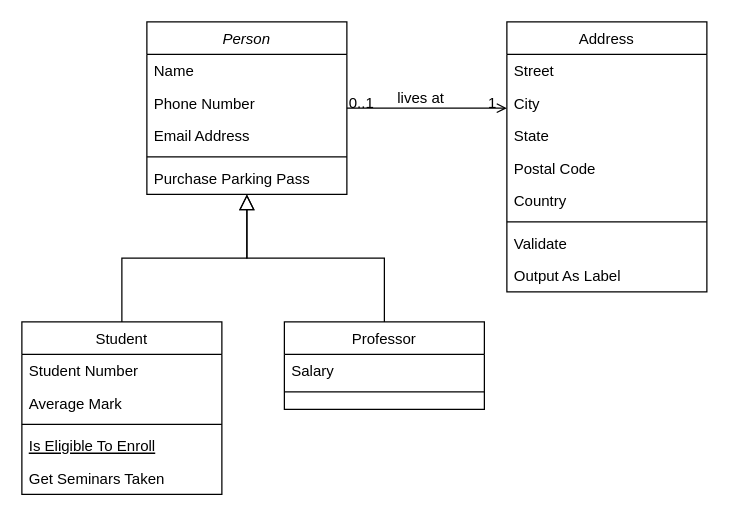
Before: MiniProject_C/2_Architecture/structure Diagrams/Untitled Diagram.drawio in stepin654321/MiniProject_Template, a draw.io diagram. Source tidied: cells renumbered, new cells numbered last; positions are measured from the earlier drawing's top-left corner, leaving out a move shared by most shapes. Both pictures are drawn from the tidied source at 125%, with x=0, y=0 at pixel (21, 21).
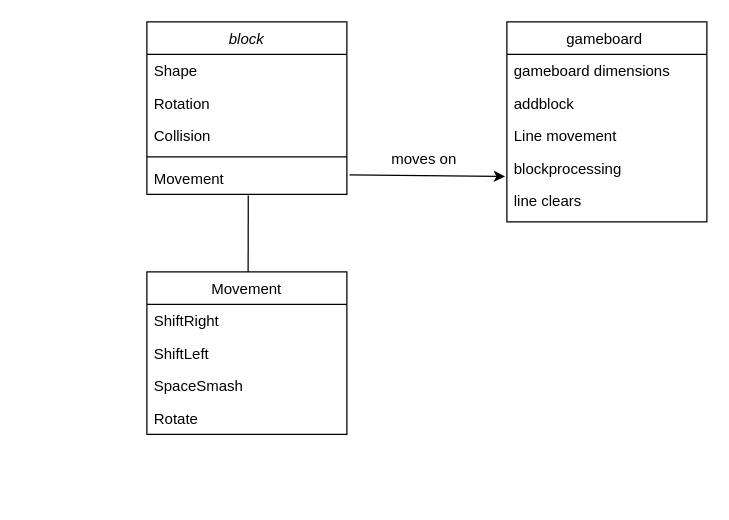
The same page after the edit.

Commit message:
Update Structural Diagram

The edit, as a diff of the source:
```diff
@@
-    <mxCell id="2" value="Person" style="swimlane;fontStyle=2;align=center;verticalAlign=top;horizontal=1;startSize=26;rounded=0;shadow=0;strokeWidth=1;" parent="1" vertex="1">
+    <mxCell id="2" value="block" style="swimlane;fontStyle=2;align=center;verticalAlign=top;horizontal=1;startSize=26;rounded=0;shadow=0;strokeWidth=1;" parent="1" vertex="1">
       <mxGeometry x="100" width="160" height="138" as="geometry" />
     </mxCell>
-    <mxCell id="3" value="Name" style="text;align=left;verticalAlign=top;spacingLeft=4;spacingRight=4;overflow=hidden;" parent="2" vertex="1">
+    <mxCell id="3" value="Shape" style="text;align=left;verticalAlign=top;spacingLeft=4;spacingRight=4;overflow=hidden;" parent="2" vertex="1">
       <mxGeometry y="26" width="160" height="26" as="geometry" />
     </mxCell>
-    <mxCell id="4" value="Phone Number" style="text;align=left;verticalAlign=top;spacingLeft=4;spacingRight=4;overflow=hidden;rounded=0;shadow=0;html=0;" parent="2" vertex="1">
+    <mxCell id="4" value="Rotation" style="text;align=left;verticalAlign=top;spacingLeft=4;spacingRight=4;overflow=hidden;rounded=0;shadow=0;html=0;" parent="2" vertex="1">
       <mxGeometry y="52" width="160" height="26" as="geometry" />
     </mxCell>
-    <mxCell id="5" value="Email Address" style="text;align=left;verticalAlign=top;spacingLeft=4;spacingRight=4;overflow=hidden;rounded=0;shadow=0;html=0;" parent="2" vertex="1">
+    <mxCell id="5" value="Collision" style="text;align=left;verticalAlign=top;spacingLeft=4;spacingRight=4;overflow=hidden;rounded=0;shadow=0;html=0;" parent="2" vertex="1">
       <mxGeometry y="78" width="160" height="26" as="geometry" />
     </mxCell>
@@
-    <mxCell id="7" value="Purchase Parking Pass" style="text;align=left;verticalAlign=top;spacingLeft=4;spacingRight=4;overflow=hidden;points=[[0,0.5],[1,0.5]];portConstraint=eastwest;" parent="2" vertex="1">
+    <mxCell id="7" value="Movement" style="text;align=left;verticalAlign=top;spacingLeft=4;spacingRight=4;overflow=hidden;points=[[0,0.5],[1,0.5]];portConstraint=eastwest;" parent="2" vertex="1">
       <mxGeometry y="112" width="160" height="26" as="geometry" />
     </mxCell>
-    <mxCell id="8" value="Student" style="swimlane;fontStyle=0;align=center;verticalAlign=top;horizontal=1;startSize=26;rounded=0;shadow=0;strokeWidth=1;" parent="1" vertex="1">
-      <mxGeometry y="240" width="160" height="138" as="geometry" />
-    </mxCell>
-    <mxCell id="9" value="Student Number" style="text;align=left;verticalAlign=top;spacingLeft=4;spacingRight=4;overflow=hidden;" parent="8" vertex="1">
-      <mxGeometry y="26" width="160" height="26" as="geometry" />
-    </mxCell>
-    <mxCell id="10" value="Average Mark" style="text;align=left;verticalAlign=top;spacingLeft=4;spacingRight=4;overflow=hidden;rounded=0;shadow=0;html=0;" parent="8" vertex="1">
-      <mxGeometry y="52" width="160" height="26" as="geometry" />
-    </mxCell>
-    <mxCell id="11" style="line;html=1;strokeWidth=1;align=left;verticalAlign=middle;spacingTop=-1;spacingLeft=3;spacingRight=3;labelPosition=right;" parent="8" vertex="1">
-      <mxGeometry y="78" width="160" height="8" as="geometry" />
-    </mxCell>
-    <mxCell id="12" value="Is Eligible To Enroll" style="text;align=left;verticalAlign=top;spacingLeft=4;spacingRight=4;overflow=hidden;fontStyle=4;" parent="8" vertex="1">
-      <mxGeometry y="86" width="160" height="26" as="geometry" />
-    </mxCell>
-    <mxCell id="13" value="Get Seminars Taken" style="text;align=left;verticalAlign=top;spacingLeft=4;spacingRight=4;overflow=hidden;" parent="8" vertex="1">
-      <mxGeometry y="112" width="160" height="26" as="geometry" />
-    </mxCell>
-    <mxCell id="14" style="endArrow=block;endSize=10;endFill=0;shadow=0;strokeWidth=1;rounded=0;edgeStyle=elbowEdgeStyle;elbow=vertical;" parent="1" edge="1" source="8" target="2">
-      <mxGeometry relative="1" as="geometry" />
-    </mxCell>
-    <mxCell id="15" value="Professor" style="swimlane;fontStyle=0;align=center;verticalAlign=top;horizontal=1;startSize=26;rounded=0;shadow=0;strokeWidth=1;" parent="1" vertex="1">
-      <mxGeometry x="210" y="240" width="160" height="70" as="geometry" />
-    </mxCell>
-    <mxCell id="16" value="Salary" style="text;align=left;verticalAlign=top;spacingLeft=4;spacingRight=4;overflow=hidden;" parent="15" vertex="1">
-      <mxGeometry y="26" width="160" height="26" as="geometry" />
-    </mxCell>
-    <mxCell id="17" style="line;html=1;strokeWidth=1;align=left;verticalAlign=middle;spacingTop=-1;spacingLeft=3;spacingRight=3;labelPosition=right;" parent="15" vertex="1">
-      <mxGeometry y="52" width="160" height="8" as="geometry" />
-    </mxCell>
-    <mxCell id="18" style="endArrow=block;endSize=10;endFill=0;shadow=0;strokeWidth=1;rounded=0;edgeStyle=elbowEdgeStyle;elbow=vertical;" parent="1" edge="1" source="15" target="2">
-      <mxGeometry relative="1" as="geometry" />
-    </mxCell>
-    <mxCell id="19" value="Address" style="swimlane;fontStyle=0;align=center;verticalAlign=top;horizontal=1;startSize=26;rounded=0;shadow=0;strokeWidth=1;" parent="1" vertex="1">
-      <mxGeometry x="388" width="160" height="216" as="geometry" />
+    <mxCell id="19" value="gameboard " style="swimlane;fontStyle=0;align=center;verticalAlign=top;horizontal=1;startSize=26;rounded=0;shadow=0;strokeWidth=1;" parent="1" vertex="1">
+      <mxGeometry x="388" width="160" height="160" as="geometry" />
     </mxCell>
-    <mxCell id="20" value="Street" style="text;align=left;verticalAlign=top;spacingLeft=4;spacingRight=4;overflow=hidden;" parent="19" vertex="1">
+    <mxCell id="20" value="gameboard dimensions" style="text;align=left;verticalAlign=top;spacingLeft=4;spacingRight=4;overflow=hidden;" parent="19" vertex="1">
       <mxGeometry y="26" width="160" height="26" as="geometry" />
     </mxCell>
-    <mxCell id="21" value="City" style="text;align=left;verticalAlign=top;spacingLeft=4;spacingRight=4;overflow=hidden;rounded=0;shadow=0;html=0;" parent="19" vertex="1">
+    <mxCell id="21" value="addblock" style="text;align=left;verticalAlign=top;spacingLeft=4;spacingRight=4;overflow=hidden;rounded=0;shadow=0;html=0;" parent="19" vertex="1">
       <mxGeometry y="52" width="160" height="26" as="geometry" />
     </mxCell>
-    <mxCell id="22" value="State" style="text;align=left;verticalAlign=top;spacingLeft=4;spacingRight=4;overflow=hidden;rounded=0;shadow=0;html=0;" parent="19" vertex="1">
+    <mxCell id="22" value="Line movement" style="text;align=left;verticalAlign=top;spacingLeft=4;spacingRight=4;overflow=hidden;rounded=0;shadow=0;html=0;" parent="19" vertex="1">
       <mxGeometry y="78" width="160" height="26" as="geometry" />
     </mxCell>
-    <mxCell id="23" value="Postal Code" style="text;align=left;verticalAlign=top;spacingLeft=4;spacingRight=4;overflow=hidden;points=[[0,0.5],[1,0.5]];portConstraint=eastwest;rounded=0;shadow=0;html=0;" parent="19" vertex="1">
+    <mxCell id="23" value="blockprocessing" style="text;align=left;verticalAlign=top;spacingLeft=4;spacingRight=4;overflow=hidden;points=[[0,0.5],[1,0.5]];portConstraint=eastwest;rounded=0;shadow=0;html=0;" parent="19" vertex="1">
       <mxGeometry y="104" width="160" height="26" as="geometry" />
     </mxCell>
-    <mxCell id="24" value="Country" style="text;align=left;verticalAlign=top;spacingLeft=4;spacingRight=4;overflow=hidden;rounded=0;shadow=0;html=0;" parent="19" vertex="1">
-      <mxGeometry y="130" width="160" height="26" as="geometry" />
-    </mxCell>
-    <mxCell id="25" style="line;html=1;strokeWidth=1;align=left;verticalAlign=middle;spacingTop=-1;spacingLeft=3;spacingRight=3;labelPosition=right;" parent="19" vertex="1">
-      <mxGeometry y="156" width="160" height="8" as="geometry" />
-    </mxCell>
-    <mxCell id="26" value="Validate" style="text;align=left;verticalAlign=top;spacingLeft=4;spacingRight=4;overflow=hidden;" parent="19" vertex="1">
-      <mxGeometry y="164" width="160" height="26" as="geometry" />
-    </mxCell>
-    <mxCell id="27" value="Output As Label" style="text;align=left;verticalAlign=top;spacingLeft=4;spacingRight=4;overflow=hidden;" parent="19" vertex="1">
-      <mxGeometry y="190" width="160" height="26" as="geometry" />
-    </mxCell>
-    <mxCell id="28" style="endArrow=open;shadow=0;strokeWidth=1;rounded=0;endFill=1;edgeStyle=elbowEdgeStyle;elbow=vertical;" parent="1" edge="1" source="2" target="19">
-      <mxGeometry x="0.5" y="41" relative="1" as="geometry">
-        <mxPoint x="-40" y="32" as="offset" />
-      </mxGeometry>
-    </mxCell>
-    <mxCell id="29" value="0..1" style="align=left;verticalAlign=bottom;labelBackgroundColor=none;fontSize=12;" parent="28" vertex="1">
-      <mxGeometry x="-1" relative="1" as="geometry">
-        <mxPoint y="4" as="offset" />
-      </mxGeometry>
-    </mxCell>
-    <mxCell id="30" value="1" style="align=right;verticalAlign=bottom;labelBackgroundColor=none;fontSize=12;" parent="28" vertex="1">
-      <mxGeometry x="1" relative="1" as="geometry">
-        <mxPoint x="-7" y="4" as="offset" />
-      </mxGeometry>
-    </mxCell>
-    <mxCell id="31" value="lives at" style="text;html=1;align=center;verticalAlign=middle;labelBackgroundColor=none;rounded=0;shadow=0;strokeWidth=1;fontSize=12;" parent="28" vertex="1">
-      <mxGeometry x="0.5" y="49" relative="1" as="geometry">
-        <mxPoint x="-38" y="40" as="offset" />
-      </mxGeometry>
-    </mxCell>
+    <mxCell id="32" value="line clears" style="text;align=left;verticalAlign=top;spacingLeft=4;spacingRight=4;overflow=hidden;rounded=0;shadow=0;html=0;" parent="19" vertex="1">
+      <mxGeometry y="130" width="160" height="26" as="geometry" />
+    </mxCell>
+    <mxCell id="33" style="endArrow=classic;html=1;entryX=-0.009;entryY=0.757;entryDx=0;entryDy=0;entryPerimeter=0;exitX=1.013;exitY=0.397;exitDx=0;exitDy=0;exitPerimeter=0;" parent="1" edge="1" source="7" target="23">
+      <mxGeometry relative="1" as="geometry" />
+    </mxCell>
+    <mxCell id="34" value="moves on" style="text;html=1;strokeColor=none;fillColor=none;align=center;verticalAlign=middle;whiteSpace=wrap;rounded=0;" parent="1" vertex="1">
+      <mxGeometry x="294" y="100" width="56" height="20" as="geometry" />
+    </mxCell>
+    <mxCell id="35" style="endArrow=none;html=1;exitX=0.507;exitY=1.038;exitDx=0;exitDy=0;exitPerimeter=0;" parent="1" edge="1" source="7">
+      <mxGeometry relative="1" as="geometry">
+        <mxPoint x="181" y="200" as="targetPoint" />
+      </mxGeometry>
+    </mxCell>
+    <mxCell id="36" value="Movement" style="swimlane;fontStyle=0;align=center;verticalAlign=top;horizontal=1;startSize=26;rounded=0;shadow=0;strokeWidth=1;" parent="1" vertex="1">
+      <mxGeometry x="100" y="200" width="160" height="130" as="geometry" />
+    </mxCell>
+    <mxCell id="37" value="ShiftRight" style="text;align=left;verticalAlign=top;spacingLeft=4;spacingRight=4;overflow=hidden;" parent="36" vertex="1">
+      <mxGeometry y="26" width="160" height="26" as="geometry" />
+    </mxCell>
+    <mxCell id="38" value="ShiftLeft" style="text;align=left;verticalAlign=top;spacingLeft=4;spacingRight=4;overflow=hidden;rounded=0;shadow=0;html=0;" parent="36" vertex="1">
+      <mxGeometry y="52" width="160" height="26" as="geometry" />
+    </mxCell>
+    <mxCell id="39" value="SpaceSmash" style="text;align=left;verticalAlign=top;spacingLeft=4;spacingRight=4;overflow=hidden;rounded=0;shadow=0;html=0;" parent="36" vertex="1">
+      <mxGeometry y="78" width="160" height="26" as="geometry" />
+    </mxCell>
+    <mxCell id="40" value="Rotate" style="text;align=left;verticalAlign=top;spacingLeft=4;spacingRight=4;overflow=hidden;rounded=0;shadow=0;html=0;" parent="36" vertex="1">
+      <mxGeometry y="104" width="160" height="26" as="geometry" />
+    </mxCell>
```
